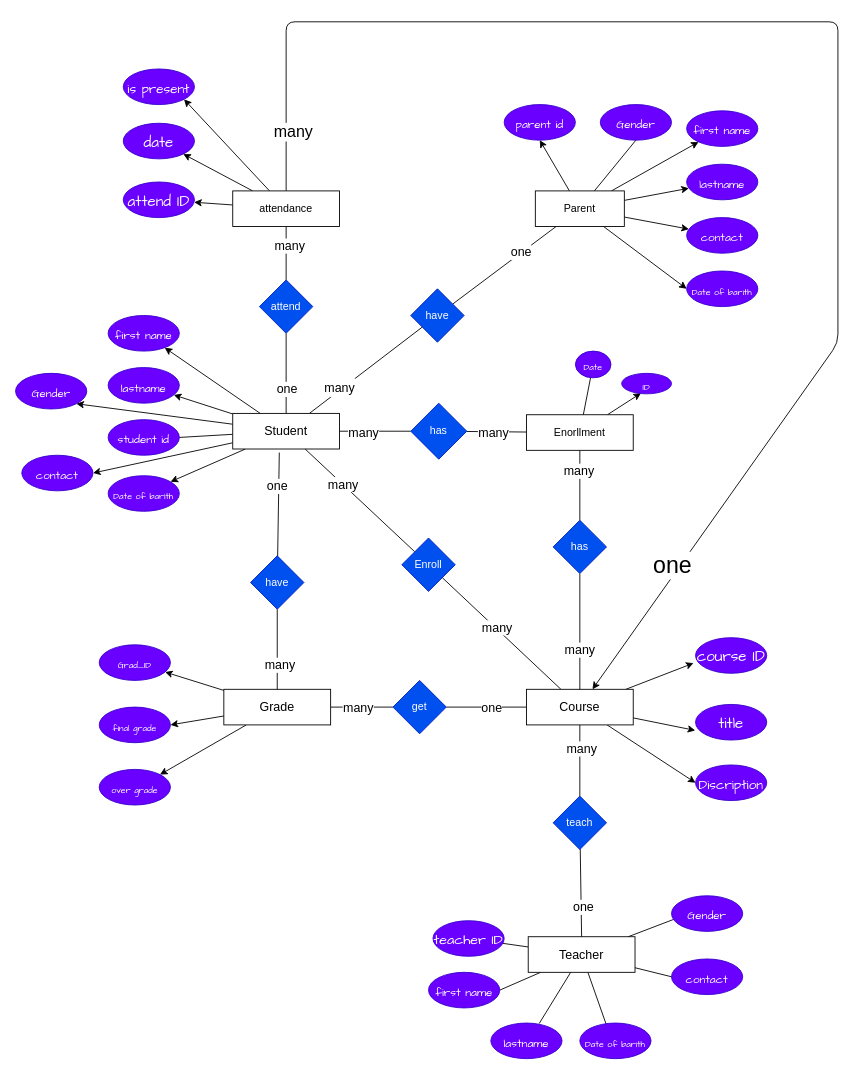
The draw.io diagram docs/ERD.drawio in roone858/School-Managment-System, before the edit. Source tidied: cells renumbered, new cells numbered last; positions are measured from the earlier drawing's top-left corner, leaving out a move shared by most shapes. Both pictures are drawn from the tidied source at 89%, with x=0, y=0 at pixel (15, 21).
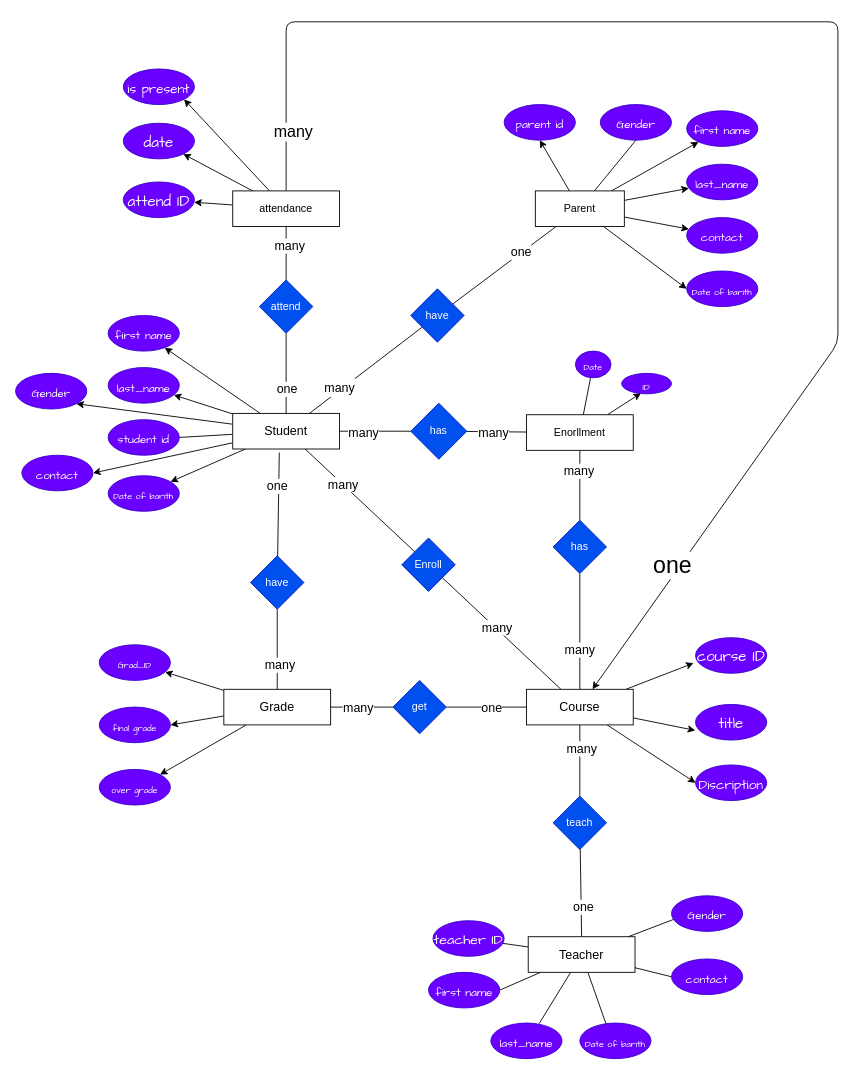
The same page after the edit.

Change to the diagram source:
```diff
@@
-    <mxCell id="80" value="&lt;font style=&quot;font-size: 13px;&quot;&gt;lastname&lt;/font&gt;" style="ellipse;whiteSpace=wrap;html=1;rounded=0;hachureGap=4;fontFamily=Architects Daughter;fontSize=20;fillColor=#6a00ff;fontColor=#ffffff;strokeColor=#3700CC;" parent="1" vertex="1">
+    <mxCell id="80" value="&lt;font style=&quot;font-size: 13px;&quot;&gt;last_name&lt;/font&gt;" style="ellipse;whiteSpace=wrap;html=1;rounded=0;hachureGap=4;fontFamily=Architects Daughter;fontSize=20;fillColor=#6a00ff;fontColor=#ffffff;strokeColor=#3700CC;" parent="1" vertex="1">
       <mxGeometry x="104" y="388.5" width="80" height="40" as="geometry" />
     </mxCell>
@@
-    <mxCell id="92" value="&lt;font style=&quot;font-size: 13px;&quot;&gt;lastname&lt;/font&gt;" style="ellipse;whiteSpace=wrap;html=1;rounded=0;hachureGap=4;fontFamily=Architects Daughter;fontSize=20;fillColor=#6a00ff;fontColor=#ffffff;strokeColor=#3700CC;" parent="1" vertex="1">
+    <mxCell id="92" value="&lt;font style=&quot;font-size: 13px;&quot;&gt;last_name&lt;/font&gt;" style="ellipse;whiteSpace=wrap;html=1;rounded=0;hachureGap=4;fontFamily=Architects Daughter;fontSize=20;fillColor=#6a00ff;fontColor=#ffffff;strokeColor=#3700CC;" parent="1" vertex="1">
       <mxGeometry x="534" y="1125" width="80" height="40" as="geometry" />
     </mxCell>
@@
-    <mxCell id="99" value="&lt;font style=&quot;font-size: 13px;&quot;&gt;lastname&lt;/font&gt;" style="ellipse;whiteSpace=wrap;html=1;rounded=0;hachureGap=4;fontFamily=Architects Daughter;fontSize=20;fillColor=#6a00ff;fontColor=#ffffff;strokeColor=#3700CC;" parent="1" vertex="1">
+    <mxCell id="99" value="&lt;font style=&quot;font-size: 13px;&quot;&gt;last_name&lt;/font&gt;" style="ellipse;whiteSpace=wrap;html=1;rounded=0;hachureGap=4;fontFamily=Architects Daughter;fontSize=20;fillColor=#6a00ff;fontColor=#ffffff;strokeColor=#3700CC;" parent="1" vertex="1">
       <mxGeometry x="754" y="160" width="80" height="40" as="geometry" />
     </mxCell>
```
